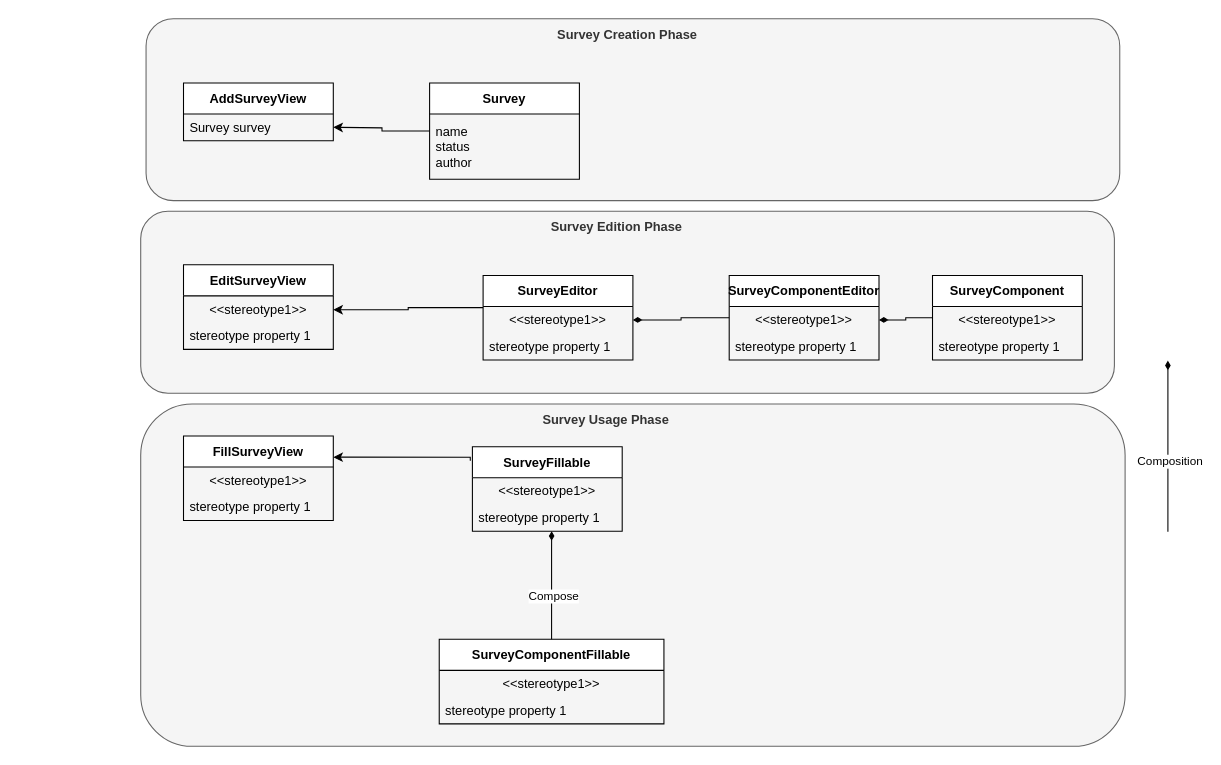
Earlier version of the draw.io diagram page "Architecture composants UI" (4 of 4) of docs/leozan_architecture.drawio (nmalservet/leozanproject). Source tidied: cells renumbered, new cells numbered last; positions are measured from the earlier drawing's top-left corner, leaving out a move shared by most shapes. Both pictures are drawn from the tidied source at 107%, with x=0, y=0 at pixel (140, 18).
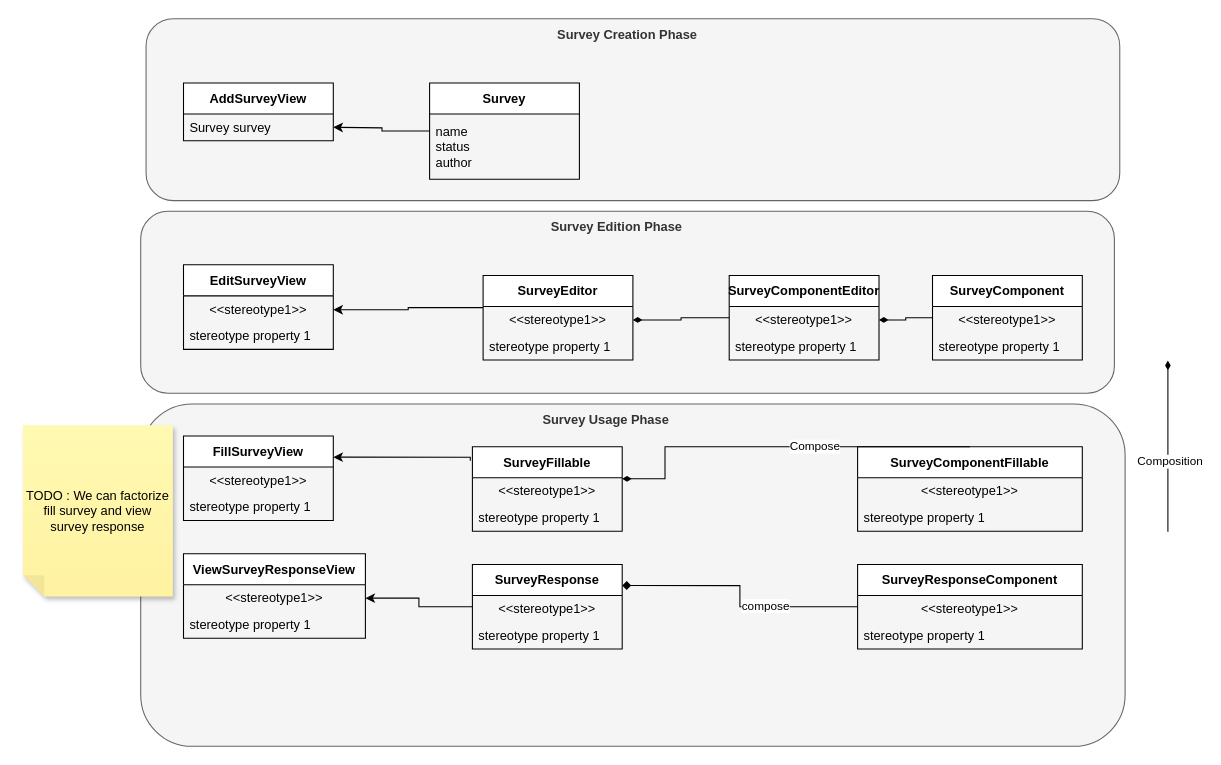
The same diagram, later.

Commit message (it also covers changes not shown here):
add view response

Unchanged cells that the change refers to:
```xml
<mxCell id="9" value="SurveyFillable" style="swimlane;fontStyle=1;align=center;verticalAlign=middle;horizontal=1;startSize=29;html=1;whiteSpace=wrap;" parent="1" vertex="1">
  <mxGeometry x="310" y="400" width="140" height="79" as="geometry" />
</mxCell>
<mxCell id="11" value="stereotype property 1" style="text;html=1;strokeColor=none;fillColor=none;align=left;verticalAlign=middle;spacingLeft=4;spacingRight=4;overflow=hidden;points=[[0,0.5],[1,0.5]];portConstraint=eastwest;whiteSpace=wrap;" parent="9" vertex="1">
  <mxGeometry y="54" width="140" height="25" as="geometry" />
</mxCell>
```

The edit, as a diff of the source:
```diff
@@
     <mxCell id="5" value="SurveyComponentFillable" style="swimlane;fontStyle=1;align=center;verticalAlign=middle;horizontal=1;startSize=29;html=1;whiteSpace=wrap;" parent="1" vertex="1">
-      <mxGeometry x="279" y="580" width="210" height="79" as="geometry" />
+      <mxGeometry x="670" y="400" width="210" height="79" as="geometry" />
     </mxCell>
@@
-    <mxCell id="12" style="edgeStyle=orthogonalEdgeStyle;rounded=0;jettySize=auto;html=1;endArrow=diamondThin;endFill=1;entryX=0.529;entryY=1;entryDx=0;entryDy=0;entryPerimeter=0;exitX=0.5;exitY=0;exitDx=0;exitDy=0;" parent="1" edge="1" source="5" target="11">
+    <mxCell id="12" style="edgeStyle=orthogonalEdgeStyle;rounded=0;jettySize=auto;html=1;endArrow=diamondThin;endFill=1;exitX=0.5;exitY=0;exitDx=0;exitDy=0;" parent="1" edge="1" source="5" target="9">
       <mxGeometry relative="1" as="geometry">
         <Array as="points">
-          <mxPoint x="384" y="496" />
-          <mxPoint x="384" y="496" />
+          <mxPoint x="490" y="400" />
+          <mxPoint x="490" y="430" />
         </Array>
       </mxGeometry>
     </mxCell>
@@
+    <mxCell id="42" value="ViewSurveyResponseView" style="swimlane;fontStyle=1;align=center;verticalAlign=middle;horizontal=1;startSize=29;html=1;whiteSpace=wrap;" parent="1" vertex="1">
+      <mxGeometry x="40" y="500" width="170" height="79" as="geometry" />
+    </mxCell>
+    <mxCell id="43" value="&amp;lt;&amp;lt;stereotype1&amp;gt;&amp;gt;" style="text;html=1;strokeColor=none;fillColor=none;align=center;verticalAlign=middle;spacingLeft=4;spacingRight=4;overflow=hidden;points=[[0,0.5],[1,0.5]];portConstraint=eastwest;whiteSpace=wrap;" parent="42" vertex="1">
+      <mxGeometry y="29" width="170" height="25" as="geometry" />
+    </mxCell>
+    <mxCell id="44" value="stereotype property 1" style="text;html=1;strokeColor=none;fillColor=none;align=left;verticalAlign=middle;spacingLeft=4;spacingRight=4;overflow=hidden;whiteSpace=wrap;" parent="42" vertex="1">
+      <mxGeometry y="54" width="170" height="25" as="geometry" />
+    </mxCell>
+    <mxCell id="45" style="edgeStyle=orthogonalEdgeStyle;rounded=0;jettySize=auto;html=1;entryX=1;entryY=0.5;entryDx=0;entryDy=0;" parent="1" edge="1" source="46" target="43">
+      <mxGeometry relative="1" as="geometry" />
+    </mxCell>
+    <mxCell id="46" value="SurveyResponse" style="swimlane;fontStyle=1;align=center;verticalAlign=middle;horizontal=1;startSize=29;html=1;whiteSpace=wrap;" parent="1" vertex="1">
+      <mxGeometry x="310" y="510" width="140" height="79" as="geometry" />
+    </mxCell>
+    <mxCell id="47" value="&amp;lt;&amp;lt;stereotype1&amp;gt;&amp;gt;" style="text;html=1;strokeColor=none;fillColor=none;align=center;verticalAlign=middle;spacingLeft=4;spacingRight=4;overflow=hidden;whiteSpace=wrap;" parent="46" vertex="1">
+      <mxGeometry y="29" width="140" height="25" as="geometry" />
+    </mxCell>
+    <mxCell id="48" value="stereotype property 1" style="text;html=1;strokeColor=none;fillColor=none;align=left;verticalAlign=middle;spacingLeft=4;spacingRight=4;overflow=hidden;whiteSpace=wrap;" parent="46" vertex="1">
+      <mxGeometry y="54" width="140" height="25" as="geometry" />
+    </mxCell>
+    <mxCell id="49" style="edgeStyle=orthogonalEdgeStyle;rounded=0;jettySize=auto;html=1;entryX=1;entryY=0.25;entryDx=0;entryDy=0;endArrow=diamond;endFill=1;" parent="1" edge="1" source="51" target="46">
+      <mxGeometry relative="1" as="geometry" />
+    </mxCell>
+    <mxCell id="50" value="compose" style="edgeLabel;html=1;align=center;verticalAlign=middle;" parent="49" vertex="1">
+      <mxGeometry x="-0.27" y="-1" relative="1" as="geometry" />
+    </mxCell>
+    <mxCell id="51" value="SurveyResponseComponent" style="swimlane;fontStyle=1;align=center;verticalAlign=middle;horizontal=1;startSize=29;html=1;whiteSpace=wrap;" parent="1" vertex="1">
+      <mxGeometry x="670" y="510" width="210" height="79" as="geometry" />
+    </mxCell>
+    <mxCell id="52" value="&amp;lt;&amp;lt;stereotype1&amp;gt;&amp;gt;" style="text;html=1;strokeColor=none;fillColor=none;align=center;verticalAlign=middle;spacingLeft=4;spacingRight=4;overflow=hidden;whiteSpace=wrap;" parent="51" vertex="1">
+      <mxGeometry y="29" width="210" height="25" as="geometry" />
+    </mxCell>
+    <mxCell id="53" value="stereotype property 1" style="text;html=1;strokeColor=none;fillColor=none;align=left;verticalAlign=middle;spacingLeft=4;spacingRight=4;overflow=hidden;whiteSpace=wrap;" parent="51" vertex="1">
+      <mxGeometry y="54" width="210" height="25" as="geometry" />
+    </mxCell>
+    <mxCell id="54" value="TODO : We can factorize fill survey and view survey response" style="shape=note;whiteSpace=wrap;html=1;backgroundOutline=1;fontColor=#000000;darkOpacity=0.05;fillColor=#FFF9B2;strokeColor=none;fillStyle=solid;direction=west;gradientDirection=north;gradientColor=#FFF2A1;shadow=1;size=20;" parent="1" vertex="1">
+      <mxGeometry x="-110" y="380" width="140" height="160" as="geometry" />
+    </mxCell>
```
